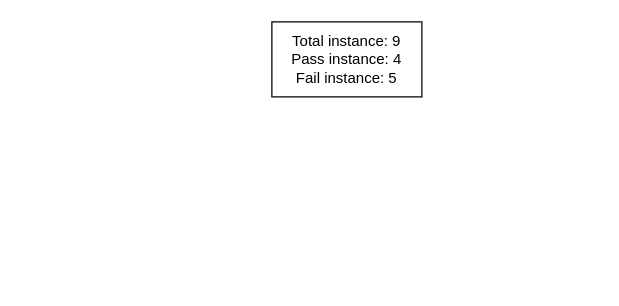
akhialomgir/drawio keeps this draw.io diagram as Decision_Tree.drawio. Above is the earlier version. Source tidied: cells renumbered, new cells numbered last; positions are measured from the earlier drawing's top-left corner, leaving out a move shared by most shapes. Both pictures are drawn from the tidied source at 125%, with x=0, y=0 at pixel (271, 21).
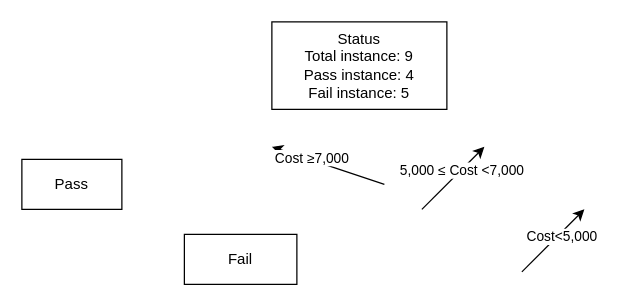
Above is the later version.

Diff of the diagram source:
```diff
@@
 <mxGraphModel>
   <root>
     <mxCell id="0" />
     <mxCell id="1" parent="0" />
-    <mxCell id="2" value="Total instance: 9&lt;div&gt;Pass instance: 4&lt;/div&gt;&lt;div&gt;Fail instance: 5&lt;/div&gt;" style="rounded=0;whiteSpace=wrap;html=1;" parent="1" vertex="1">
-      <mxGeometry width="120" height="60" as="geometry" />
+    <mxCell id="2" value="&lt;div&gt;Status&lt;/div&gt;Total instance: 9&lt;div&gt;Pass instance: 4&lt;/div&gt;&lt;div&gt;Fail instance: 5&lt;/div&gt;" style="rounded=0;whiteSpace=wrap;html=1;" parent="1" vertex="1">
+      <mxGeometry width="140" height="70" as="geometry" />
     </mxCell>
+    <mxCell id="3" value="Pass" style="rounded=0;whiteSpace=wrap;html=1;" parent="1" vertex="1">
+      <mxGeometry x="-200" y="110" width="80" height="40" as="geometry" />
+    </mxCell>
+    <mxCell id="4" style="endArrow=classic;html=1;rounded=0;" parent="1" edge="1">
+      <mxGeometry relative="1" as="geometry">
+        <mxPoint x="90" y="130" as="sourcePoint" />
+        <mxPoint y="100" as="targetPoint" />
+      </mxGeometry>
+    </mxCell>
+    <mxCell id="5" value="Cost ≥7,000" style="edgeLabel;html=1;align=center;verticalAlign=middle;" parent="4" vertex="1">
+      <mxGeometry x="0.3" y="-2" relative="1" as="geometry" />
+    </mxCell>
+    <mxCell id="6" value="Fail" style="rounded=0;whiteSpace=wrap;html=1;" parent="1" vertex="1">
+      <mxGeometry x="-70" y="170" width="90" height="40" as="geometry" />
+    </mxCell>
+    <mxCell id="7" style="endArrow=classic;html=1;rounded=0;" parent="1" edge="1">
+      <mxGeometry relative="1" as="geometry">
+        <mxPoint x="120" y="150" as="sourcePoint" />
+        <mxPoint x="170" y="100" as="targetPoint" />
+      </mxGeometry>
+    </mxCell>
+    <mxCell id="8" value="5,000 ≤ Cost &amp;lt;7,000" style="edgeLabel;html=1;align=center;verticalAlign=middle;" parent="7" vertex="1">
+      <mxGeometry x="0.24" relative="1" as="geometry" />
+    </mxCell>
+    <mxCell id="9" style="endArrow=classic;html=1;rounded=0;" parent="1" edge="1">
+      <mxGeometry relative="1" as="geometry">
+        <mxPoint x="200" y="200" as="sourcePoint" />
+        <mxPoint x="250" y="150" as="targetPoint" />
+      </mxGeometry>
+    </mxCell>
+    <mxCell id="10" value="Cost&amp;lt;5,000" style="edgeLabel;html=1;align=center;verticalAlign=middle;" parent="9" vertex="1">
+      <mxGeometry x="0.2" y="-1" relative="1" as="geometry">
+        <mxPoint x="1" as="offset" />
+      </mxGeometry>
+    </mxCell>
   </root>
 </mxGraphModel>
```
